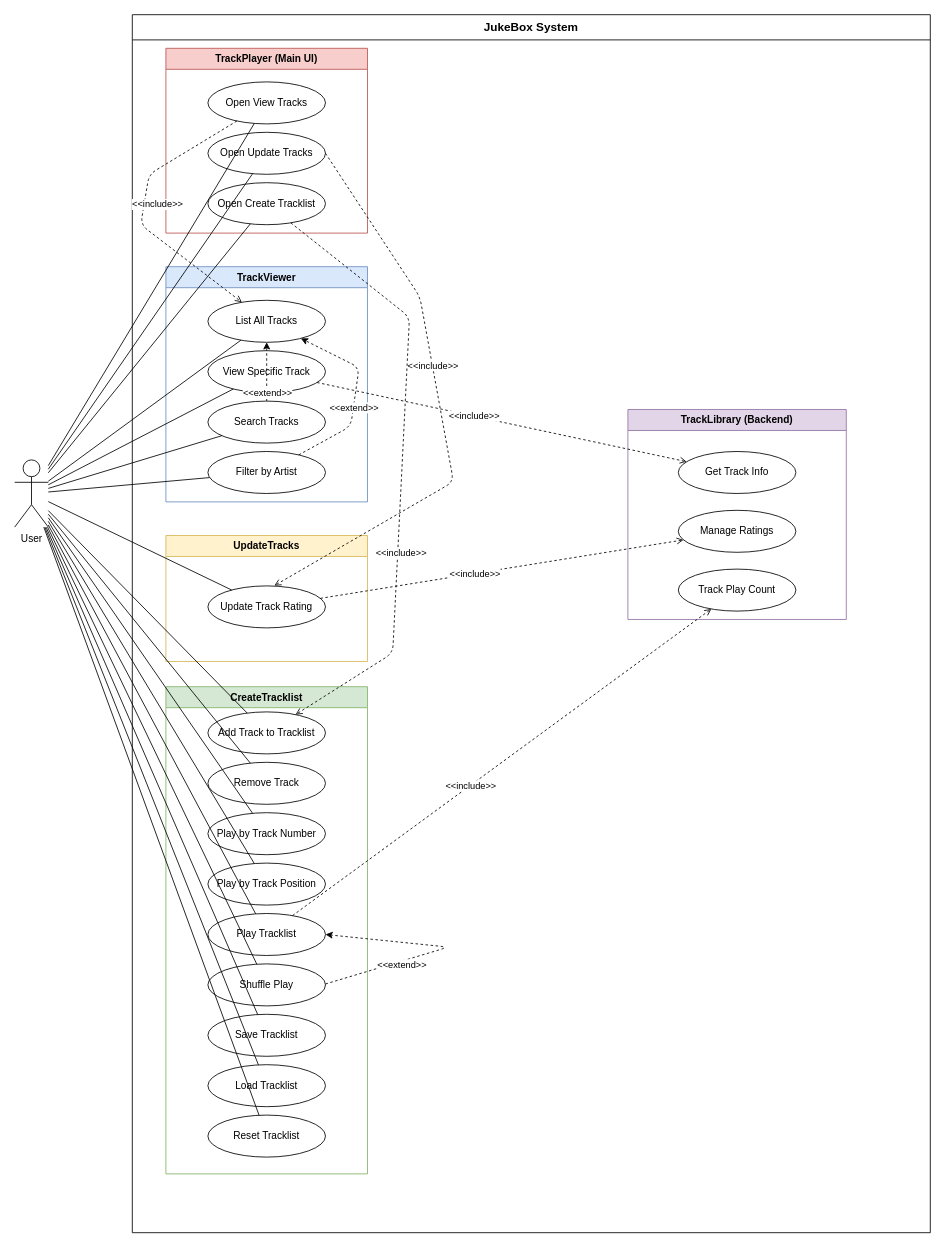
peterpool-dasherz/oop-new keeps this draw.io diagram as JukeBox/usecase-2.drawio. Above is the earlier version. Source tidied: cells renumbered, new cells numbered last; positions are measured from the earlier drawing's top-left corner, leaving out a move shared by most shapes. Both pictures are drawn from the tidied source at 84%, with x=0, y=0 at pixel (14, 14).
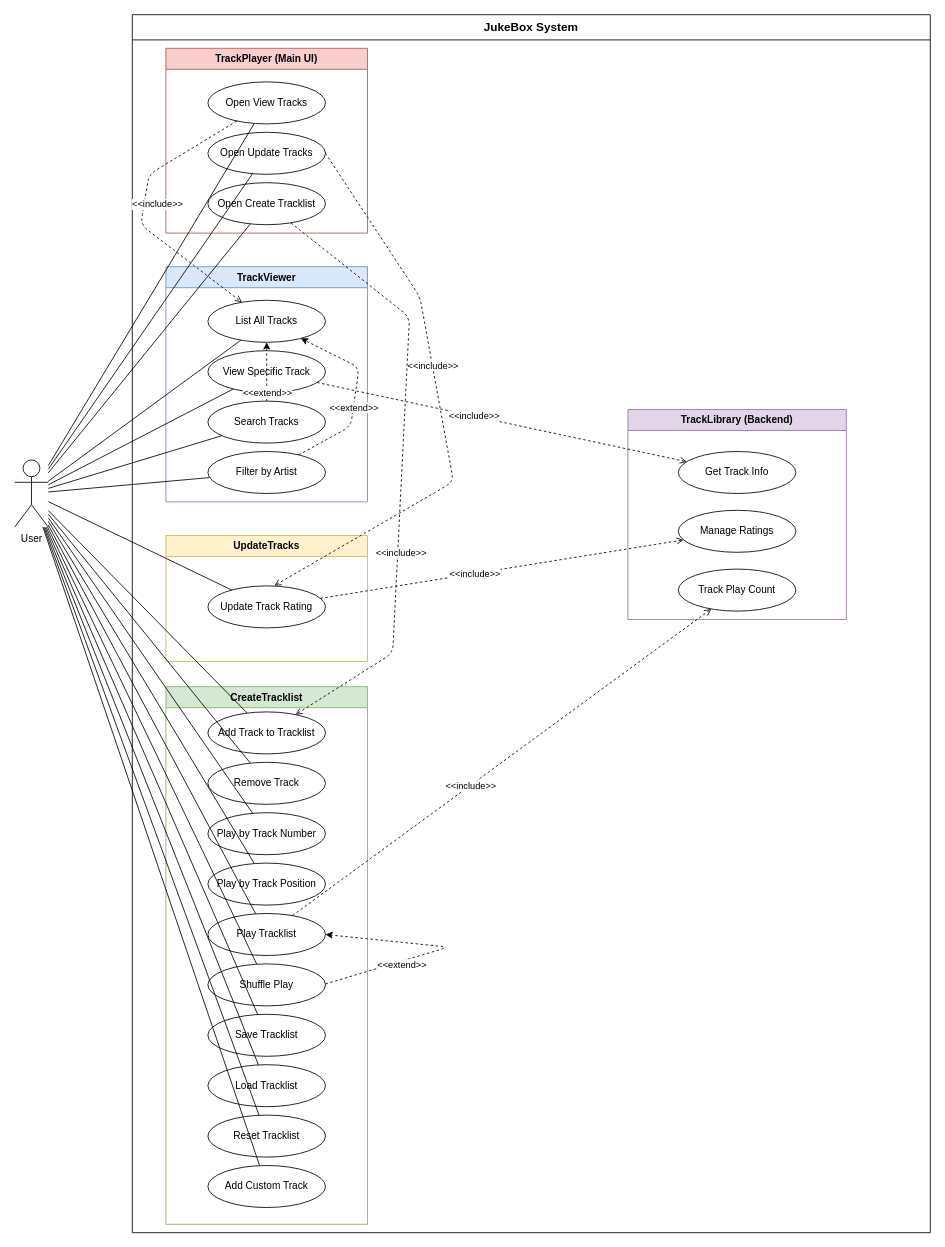
Above is the later version.

Commit message (it also covers changes not shown here):
Update use case diagram for custom tracks

Unchanged cells that the change refers to:
```xml
<mxCell id="2" value="User" style="shape=umlActor;verticalLabelPosition=bottom;verticalAlign=top;html=1;outlineConnect=0;" parent="1" vertex="1">
  <mxGeometry y="530" width="40" height="80" as="geometry" />
</mxCell>
<mxCell id="3" value="JukeBox System" style="swimlane;whiteSpace=wrap;html=1;startSize=30;fontSize=14;fontStyle=1;" parent="1" vertex="1">
  <mxGeometry x="140" width="950" height="1450" as="geometry" />
</mxCell>
```

What changed in the source:
```diff
@@
     <mxCell id="15" value="&lt;b&gt;CreateTracklist&lt;/b&gt;" style="swimlane;whiteSpace=wrap;html=1;startSize=25;fillColor=#d5e8d4;strokeColor=#82b366;" parent="3" vertex="1">
-      <mxGeometry x="40" y="800" width="240" height="580" as="geometry" />
+      <mxGeometry x="40" y="800" width="240" height="640" as="geometry" />
     </mxCell>
@@
+    <mxCell id="64" value="Add Custom Track" style="ellipse;whiteSpace=wrap;html=1;" parent="15" vertex="1">
+      <mxGeometry x="50" y="570" width="140" height="50" as="geometry" />
+    </mxCell>
@@
+    <mxCell id="65" style="html=1;endArrow=none;endFill=0;" parent="1" edge="1" source="2" target="64">
+      <mxGeometry relative="1" as="geometry" />
+    </mxCell>
```
